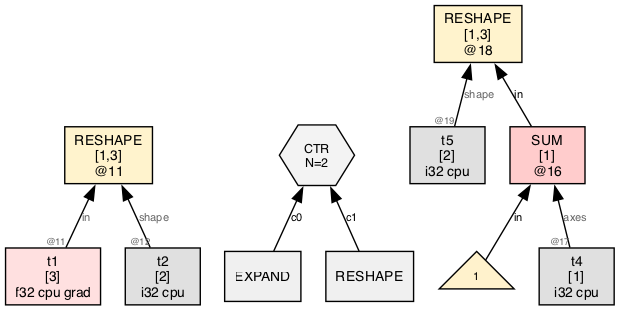
Above: wl/examples/thvm_graphs/grad_rules/expand/step_005_state_final.png in sw1sh/TinyHVM (Graphviz), before the change. Its source is kept beside it as wl/examples/thvm_graphs/grad_rules/expand/step_005_state_final.dot. Its diagram source:
```dot
digraph G {
  rankdir=BT;
  node [fontname="Helvetica", fontsize=10, style=filled, shape=box, margin="0.1,0.05"];
  edge [fontsize=8, fontname="Helvetica"];

  n11 [label="RESHAPE\n[1,3]\n@11", shape=box, fillcolor="#fff3cd"];
  t1 [label="t1\n[3]\nf32 cpu grad",shape=box,fillcolor="#ffe0e0"];
  t1 -> n11 [label="in",taillabel="@11",labelfontsize=7,fontcolor="#666666"];
  t2 [label="t2\n[2]\ni32 cpu",shape=box,fillcolor="#e0e0e0"];
  t2 -> n11 [label="shape",taillabel="@12",labelfontsize=7,fontcolor="#666666"];
  ctr22 [label="CTR\nN=2", shape=hexagon, fillcolor="#f3f3f3", fontsize=9];
  n9 [label="EXPAND", shape=box, fillcolor="#f0f0f0"];
  n9 -> ctr22 [label="c0"];
  n26 [label="RESHAPE", shape=box, fillcolor="#f0f0f0"];
  n26 -> ctr22 [label="c1"];
  n16 [label="SUM\n[1]\n@16", shape=box, fillcolor="#ffcccc"];
  num16_0 [label="1",shape=triangle,fillcolor="#fff2cc",fontsize=8];
  num16_0 -> n16 [label="in"];
  t4 [label="t4\n[1]\ni32 cpu",shape=box,fillcolor="#e0e0e0"];
  t4 -> n16 [label="axes",taillabel="@17",labelfontsize=7,fontcolor="#666666"];
  n18 [label="RESHAPE\n[1,3]\n@18", shape=box, fillcolor="#fff3cd"];
  n16 -> n18 [label="in"];
  t5 [label="t5\n[2]\ni32 cpu",shape=box,fillcolor="#e0e0e0"];
  t5 -> n18 [label="shape",taillabel="@19",labelfontsize=7,fontcolor="#666666"];
}
```
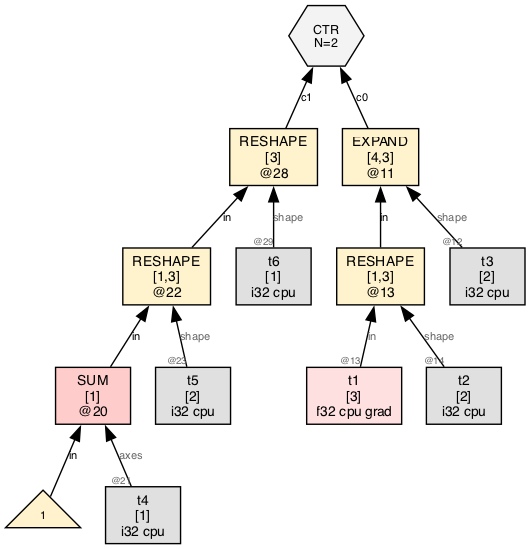
The same diagram one commit later.

The edit, as a diff of the source:
```diff
@@ -3,23 +3,29 @@
   node [fontname="Helvetica", fontsize=10, style=filled, shape=box, margin="0.1,0.05"];
   edge [fontsize=8, fontname="Helvetica"];
 
-  n11 [label="RESHAPE\n[1,3]\n@11", shape=box, fillcolor="#fff3cd"];
+  n11 [label="EXPAND\n[4,3]\n@11", shape=box, fillcolor="#fff3cd"];
+  n13 -> n11 [label="in"];
+  t3 [label="t3\n[2]\ni32 cpu",shape=box,fillcolor="#e0e0e0"];
+  t3 -> n11 [label="shape",taillabel="@12",labelfontsize=7,fontcolor="#666666"];
+  n28 [label="RESHAPE\n[3]\n@28", shape=box, fillcolor="#fff3cd"];
+  n22 -> n28 [label="in"];
+  t6 [label="t6\n[1]\ni32 cpu",shape=box,fillcolor="#e0e0e0"];
+  t6 -> n28 [label="shape",taillabel="@29",labelfontsize=7,fontcolor="#666666"];
+  n13 [label="RESHAPE\n[1,3]\n@13", shape=box, fillcolor="#fff3cd"];
   t1 [label="t1\n[3]\nf32 cpu grad",shape=box,fillcolor="#ffe0e0"];
-  t1 -> n11 [label="in",taillabel="@11",labelfontsize=7,fontcolor="#666666"];
+  t1 -> n13 [label="in",taillabel="@13",labelfontsize=7,fontcolor="#666666"];
   t2 [label="t2\n[2]\ni32 cpu",shape=box,fillcolor="#e0e0e0"];
-  t2 -> n11 [label="shape",taillabel="@12",labelfontsize=7,fontcolor="#666666"];
-  ctr22 [label="CTR\nN=2", shape=hexagon, fillcolor="#f3f3f3", fontsize=9];
-  n9 [label="EXPAND", shape=box, fillcolor="#f0f0f0"];
-  n9 -> ctr22 [label="c0"];
-  n26 [label="RESHAPE", shape=box, fillcolor="#f0f0f0"];
-  n26 -> ctr22 [label="c1"];
-  n16 [label="SUM\n[1]\n@16", shape=box, fillcolor="#ffcccc"];
-  num16_0 [label="1",shape=triangle,fillcolor="#fff2cc",fontsize=8];
-  num16_0 -> n16 [label="in"];
+  t2 -> n13 [label="shape",taillabel="@14",labelfontsize=7,fontcolor="#666666"];
+  ctr9 [label="CTR\nN=2", shape=hexagon, fillcolor="#f3f3f3", fontsize=9];
+  n11 -> ctr9 [label="c0"];
+  n28 -> ctr9 [label="c1"];
+  n20 [label="SUM\n[1]\n@20", shape=box, fillcolor="#ffcccc"];
+  num20_0 [label="1",shape=triangle,fillcolor="#fff2cc",fontsize=8];
+  num20_0 -> n20 [label="in"];
   t4 [label="t4\n[1]\ni32 cpu",shape=box,fillcolor="#e0e0e0"];
-  t4 -> n16 [label="axes",taillabel="@17",labelfontsize=7,fontcolor="#666666"];
-  n18 [label="RESHAPE\n[1,3]\n@18", shape=box, fillcolor="#fff3cd"];
-  n16 -> n18 [label="in"];
+  t4 -> n20 [label="axes",taillabel="@21",labelfontsize=7,fontcolor="#666666"];
+  n22 [label="RESHAPE\n[1,3]\n@22", shape=box, fillcolor="#fff3cd"];
+  n20 -> n22 [label="in"];
   t5 [label="t5\n[2]\ni32 cpu",shape=box,fillcolor="#e0e0e0"];
-  t5 -> n18 [label="shape",taillabel="@19",labelfontsize=7,fontcolor="#666666"];
+  t5 -> n22 [label="shape",taillabel="@23",labelfontsize=7,fontcolor="#666666"];
 }
```
